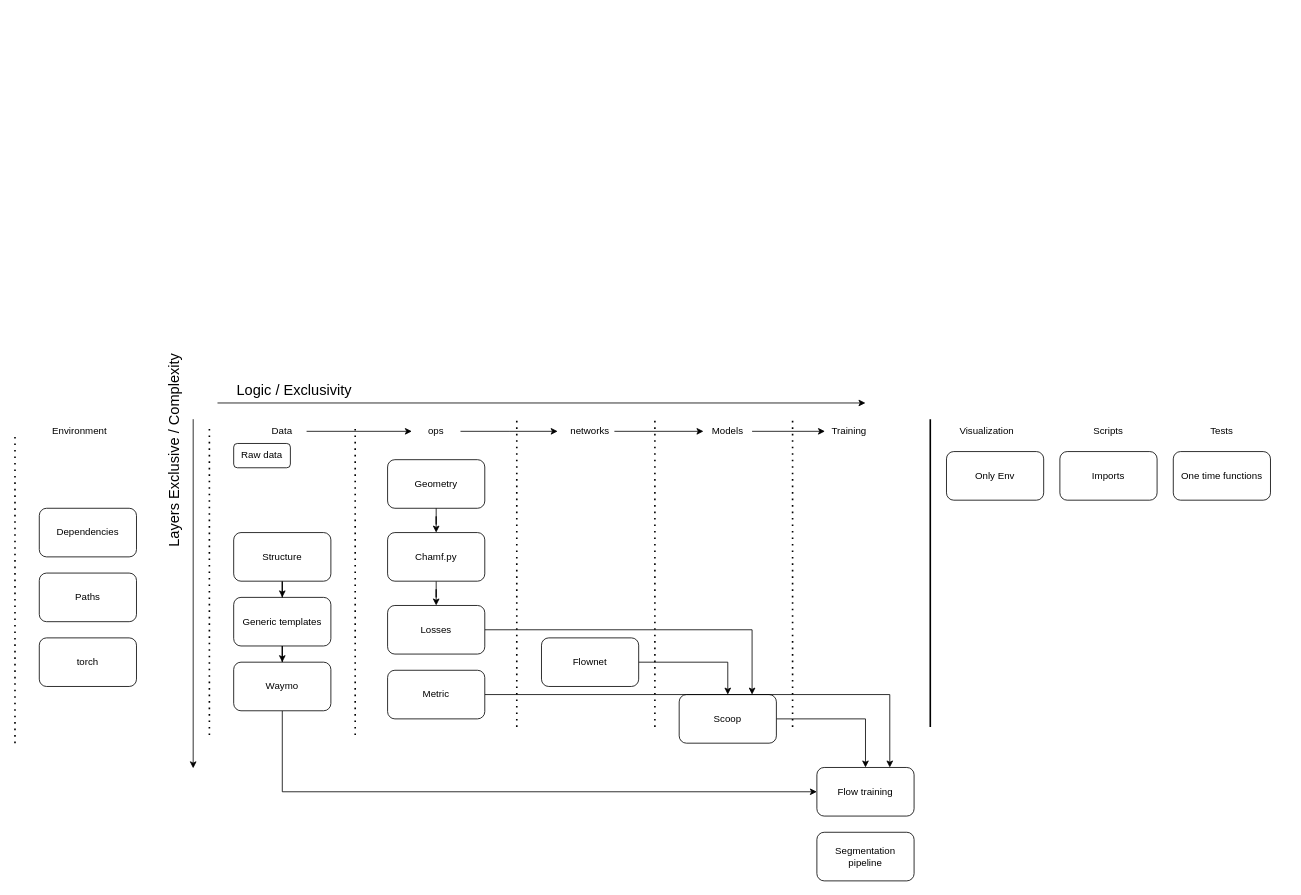
Above: drawio/code.drawio in vacany/sac-flow (draw.io), before the change. Source tidied: cells renumbered, new cells numbered last; positions are measured from the earlier drawing's top-left corner, leaving out a move shared by most shapes. Both pictures are drawn from the tidied source at 81%, with x=0, y=0 at pixel (15, 378).
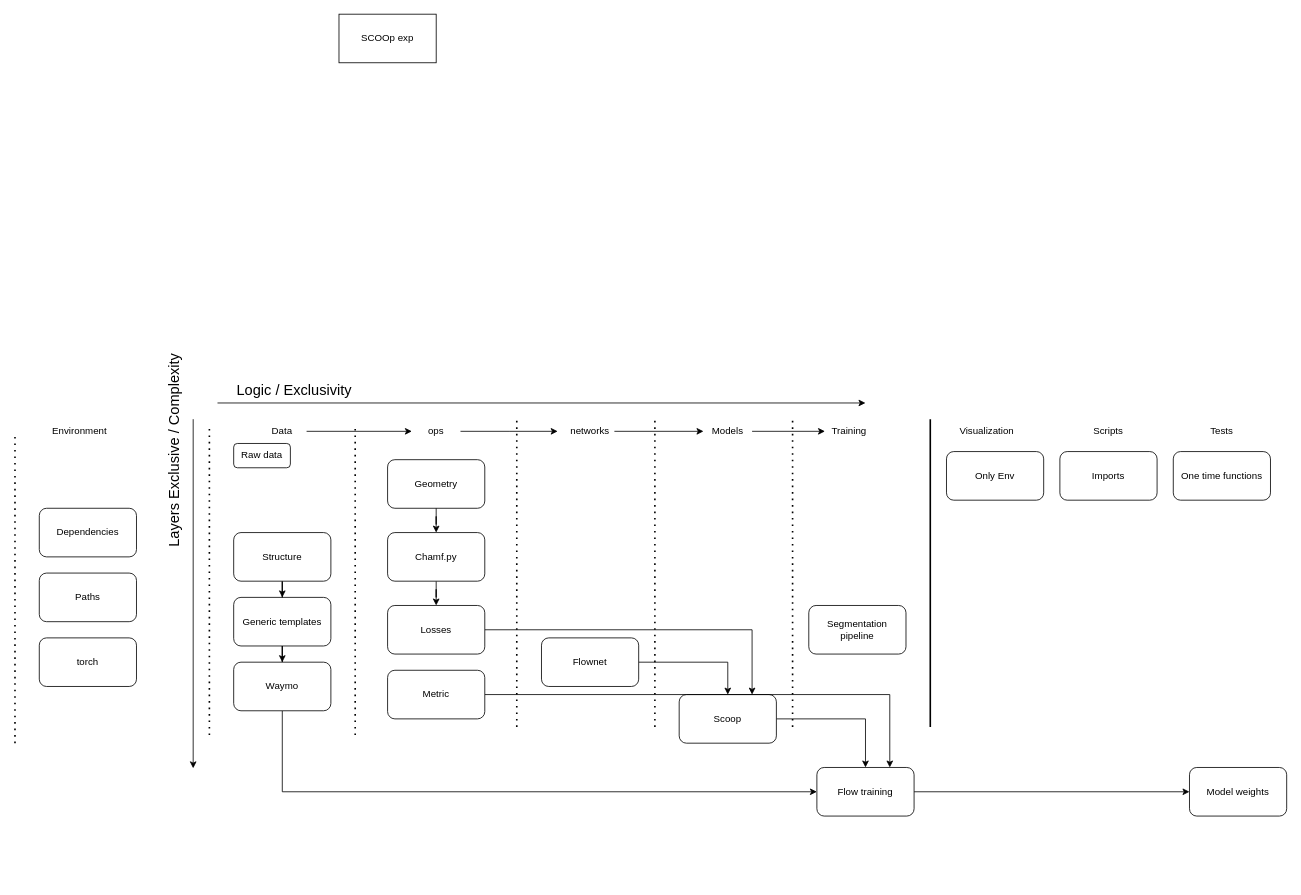
The same page after the edit.

The change refers to these unchanged cells:
```xml
<mxCell id="29" value="Flow training" style="rounded=1;whiteSpace=wrap;html=1;" parent="1" vertex="1">
  <mxGeometry x="990" y="480" width="120" height="60" as="geometry" />
</mxCell>
```

Change to the diagram source:
```diff
@@
+    <mxCell id="53" style="edgeStyle=orthogonalEdgeStyle;rounded=0;jettySize=auto;html=1;" parent="1" edge="1" source="29" target="55">
+      <mxGeometry relative="1" as="geometry" />
+    </mxCell>
@@
     <mxCell id="43" value="Segmentation pipeline" style="rounded=1;whiteSpace=wrap;html=1;" parent="1" vertex="1">
-      <mxGeometry x="990" y="560" width="120" height="60" as="geometry" />
+      <mxGeometry x="980" y="280" width="120" height="60" as="geometry" />
     </mxCell>
@@
+    <mxCell id="54" value="SCOOp exp" style="rounded=0;whiteSpace=wrap;html=1;" parent="1" vertex="1">
+      <mxGeometry x="400" y="-450" width="120" height="60" as="geometry" />
+    </mxCell>
+    <mxCell id="55" value="Model weights" style="rounded=1;whiteSpace=wrap;html=1;" parent="1" vertex="1">
+      <mxGeometry x="1450" y="480" width="120" height="60" as="geometry" />
+    </mxCell>
```
